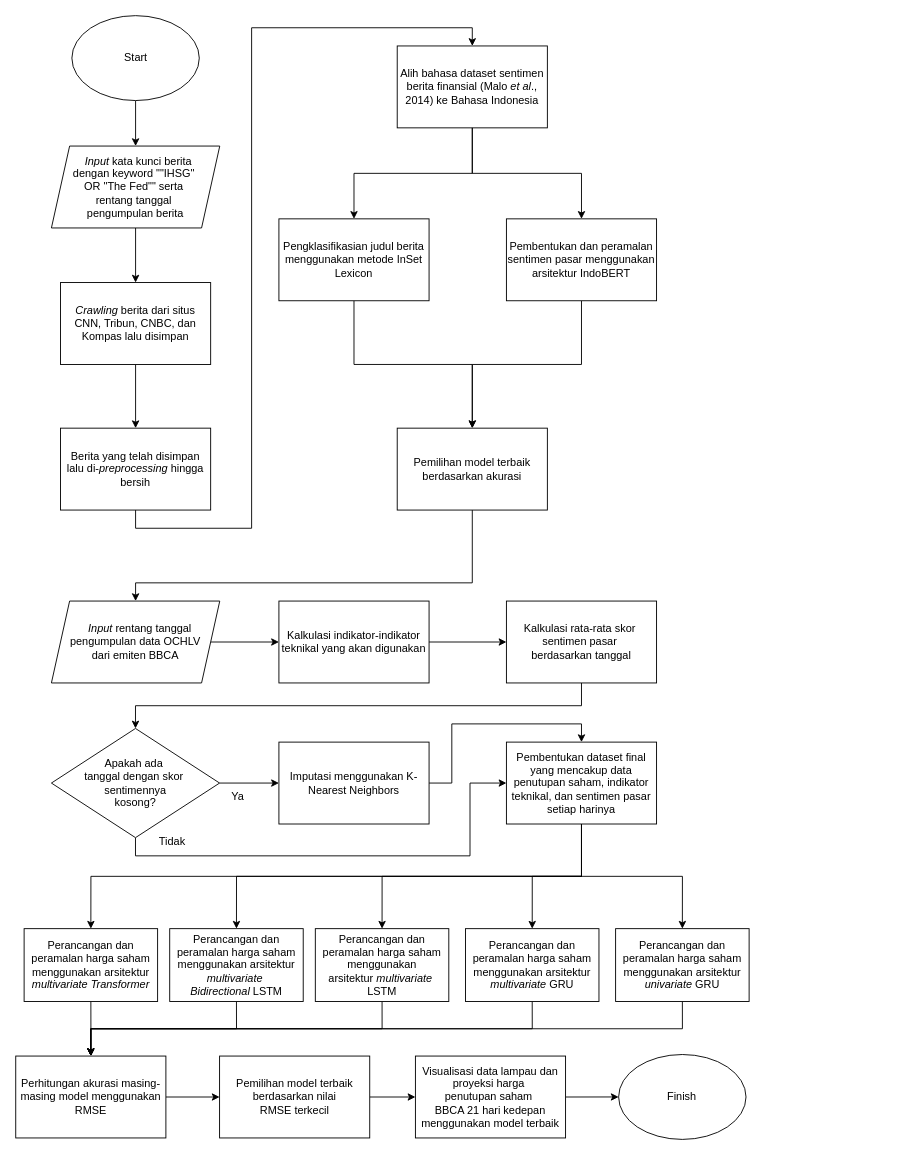
Rizr09/magnum-opus keeps this draw.io diagram as page "Page-1" (1 of 9) of Flowchart/Arsitektur_Skripsi.drawio. Above is the earlier version. Source tidied: cells renumbered, new cells numbered last; positions are measured from the earlier drawing's top-left corner, leaving out a move shared by most shapes. Both pictures are drawn from the tidied source at 91%, with x=0, y=0 at pixel (15, 15).
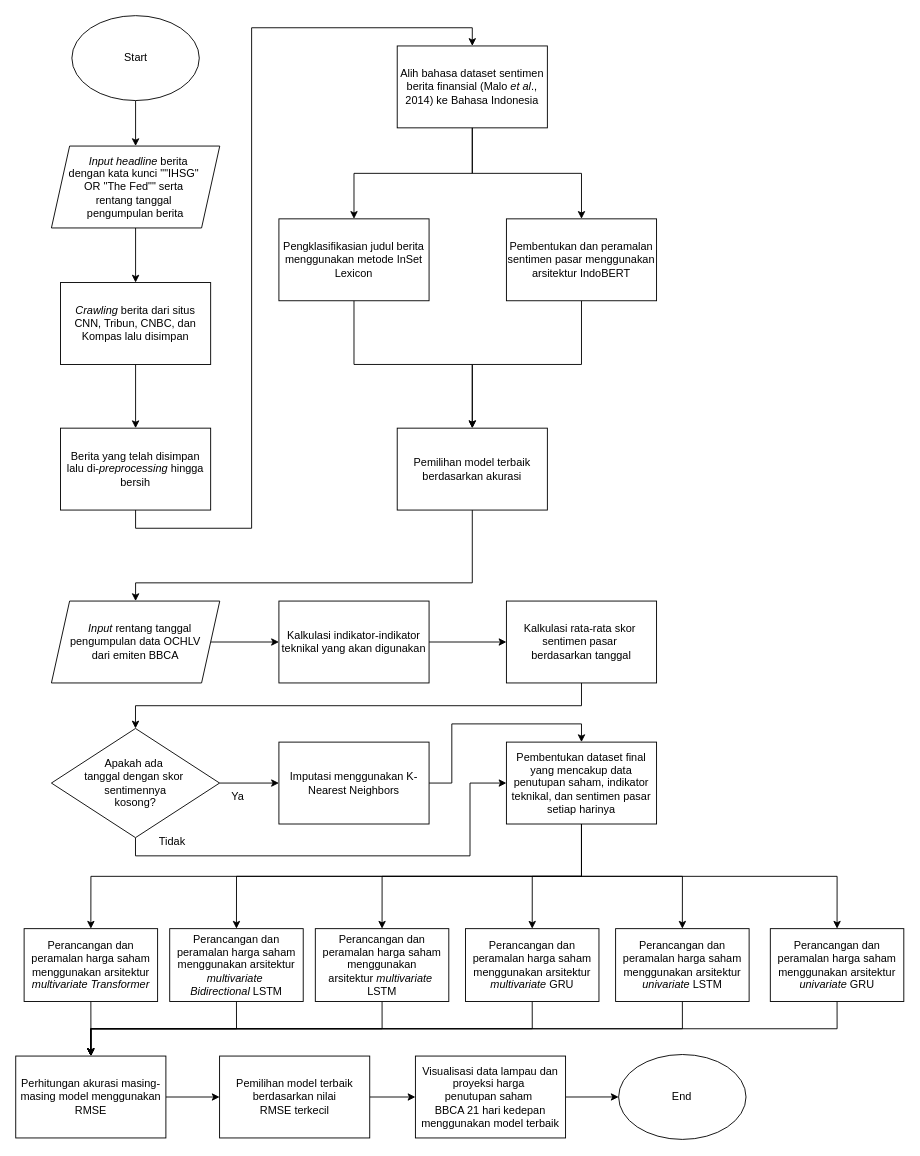
Above is the later version.

Unchanged cells that the change refers to:
```xml
<mxCell id="36" value="Pembentukan dataset final yang mencakup data penutupan saham, indikator teknikal, dan sentimen pasar setiap harinya" style="rounded=0;whiteSpace=wrap;html=1;" parent="1" vertex="1">
  <mxGeometry x="539" y="798" width="165" height="90" as="geometry" />
</mxCell>
<mxCell id="49" value="Perhitungan akurasi masing-masing model menggunakan RMSE" style="rounded=0;whiteSpace=wrap;html=1;" parent="1" vertex="1">
  <mxGeometry x="-0.2" y="1143" width="165" height="90" as="geometry" />
</mxCell>
```

The edit, as a diff of the source:
```diff
@@
-    <mxCell id="6" value="&amp;nbsp; &amp;nbsp;&lt;i&gt;Input&amp;nbsp;&lt;/i&gt;kata kunci&amp;nbsp;berita&amp;nbsp;&lt;div&gt;dengan keyword &quot;&quot;IHSG&quot;&amp;nbsp;&lt;div&gt;OR &quot;The Fed&quot;&quot; serta&amp;nbsp;&lt;/div&gt;&lt;div&gt;rentang tanggal&amp;nbsp;&lt;/div&gt;&lt;div&gt;pengumpulan berita&lt;/div&gt;&lt;/div&gt;" style="shape=parallelogram;perimeter=parallelogramPerimeter;fixedSize=1;whiteSpace=wrap;html=1;" parent="1" vertex="1">
+    <mxCell id="6" value="&amp;nbsp; &amp;nbsp;&lt;i&gt;Input headline&amp;nbsp;&lt;/i&gt;berita&amp;nbsp;&lt;div&gt;dengan kata kunci &quot;&quot;IHSG&quot;&amp;nbsp;&lt;div&gt;OR &quot;The Fed&quot;&quot; serta&amp;nbsp;&lt;/div&gt;&lt;div&gt;rentang tanggal&amp;nbsp;&lt;/div&gt;&lt;div&gt;pengumpulan berita&lt;/div&gt;&lt;/div&gt;" style="shape=parallelogram;perimeter=parallelogramPerimeter;fixedSize=1;whiteSpace=wrap;html=1;" parent="1" vertex="1">
       <mxGeometry x="39" y="143" width="185" height="90" as="geometry" />
     </mxCell>
@@
+    <mxCell id="56" style="edgeStyle=orthogonalEdgeStyle;rounded=0;jettySize=auto;html=1;exitX=0.5;exitY=1;exitDx=0;exitDy=0;entryX=0.5;entryY=0;entryDx=0;entryDy=0;" parent="1" edge="1" source="36" target="58">
+      <mxGeometry relative="1" as="geometry" />
+    </mxCell>
@@
-    <mxCell id="47" value="Perancangan&amp;nbsp;dan peramalan harga saham menggunakan arsitektur &lt;i&gt;univariate &lt;/i&gt;GRU" style="rounded=0;whiteSpace=wrap;html=1;" parent="1" vertex="1">
+    <mxCell id="47" value="Perancangan&amp;nbsp;dan peramalan harga saham menggunakan arsitektur &lt;i&gt;univariate &lt;/i&gt;LSTM" style="rounded=0;whiteSpace=wrap;html=1;" parent="1" vertex="1">
       <mxGeometry x="659" y="1003" width="146.7" height="80" as="geometry" />
     </mxCell>
@@
-    <mxCell id="54" value="Finish" style="ellipse;whiteSpace=wrap;html=1;" parent="1" vertex="1">
+    <mxCell id="54" value="End" style="ellipse;whiteSpace=wrap;html=1;" parent="1" vertex="1">
       <mxGeometry x="662.3" y="1141.3" width="140" height="93.3" as="geometry" />
     </mxCell>
@@
+    <mxCell id="57" style="edgeStyle=orthogonalEdgeStyle;rounded=0;jettySize=auto;html=1;exitX=0.5;exitY=1;exitDx=0;exitDy=0;entryX=0.5;entryY=0;entryDx=0;entryDy=0;" parent="1" edge="1" source="58" target="49">
+      <mxGeometry relative="1" as="geometry" />
+    </mxCell>
+    <mxCell id="58" value="Perancangan&amp;nbsp;dan peramalan harga saham menggunakan arsitektur &lt;i&gt;univariate &lt;/i&gt;GRU" style="rounded=0;whiteSpace=wrap;html=1;" parent="1" vertex="1">
+      <mxGeometry x="829" y="1003" width="146.7" height="80" as="geometry" />
+    </mxCell>
```
